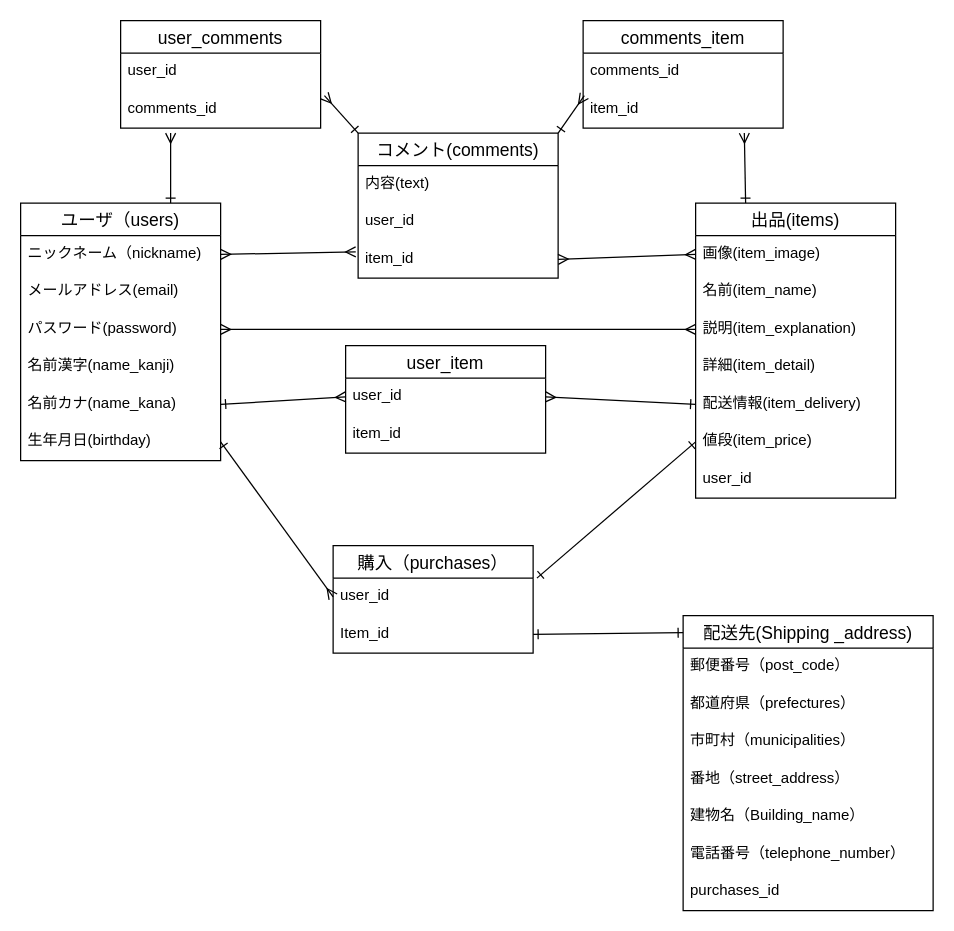
The draw.io diagram ER.dio in masaki-yosida/furima-40042, before the edit. Source tidied: cells renumbered, new cells numbered last; positions are measured from the earlier drawing's top-left corner, leaving out a move shared by most shapes. Both pictures are drawn from the tidied source at 125%, with x=0, y=0 at pixel (20, 20).
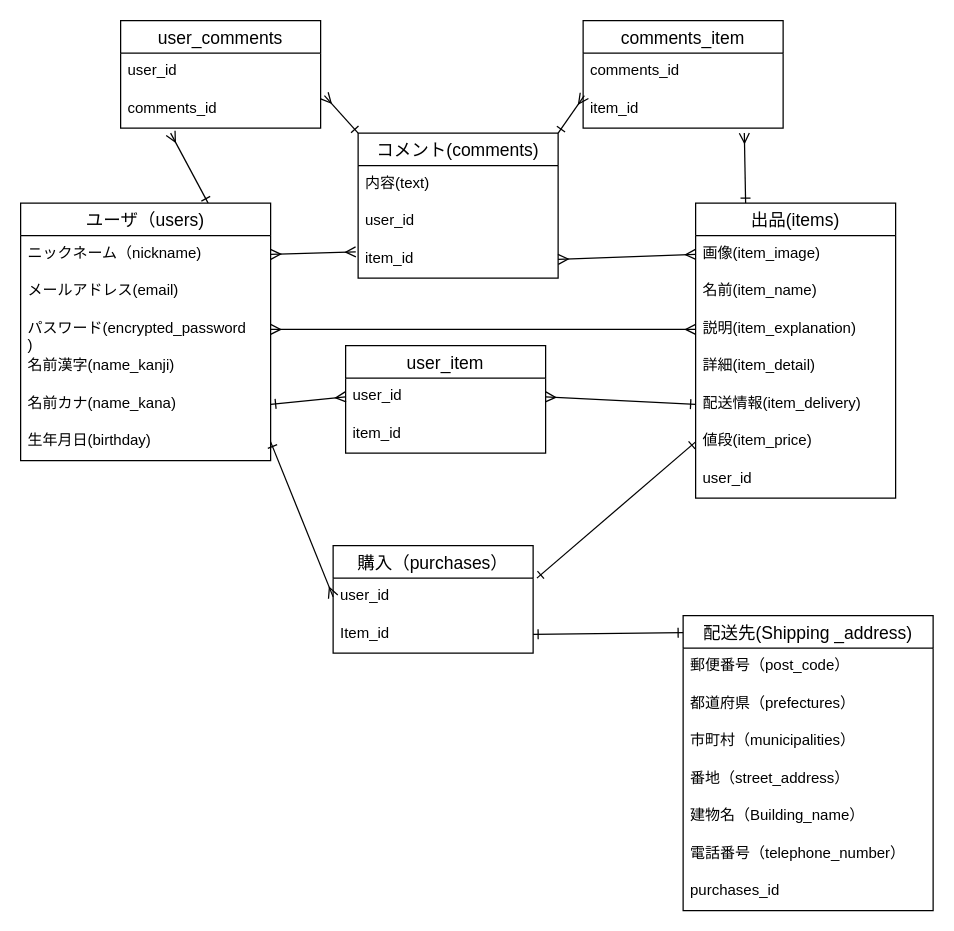
The same page after the edit.

Commit message (it also covers changes not shown here):
passwordをencrypted_passwordに変更

Change to the diagram source:
```diff
@@
     <mxCell id="3" value="ユーザ（users)" style="swimlane;fontStyle=0;horizontal=1;startSize=26;align=center;fontSize=14;" parent="1" vertex="1">
-      <mxGeometry y="146" width="160" height="206" as="geometry" />
+      <mxGeometry y="146" width="200" height="206" as="geometry" />
     </mxCell>
     <mxCell id="4" value="ニックネーム（nickname)" style="text;strokeColor=none;fillColor=none;spacingLeft=4;spacingRight=4;overflow=hidden;points=[[0,0.5],[1,0.5]];portConstraint=eastwest;fontSize=12;" parent="3" vertex="1">
-      <mxGeometry y="26" width="160" height="30" as="geometry" />
+      <mxGeometry y="26" width="200" height="30" as="geometry" />
     </mxCell>
     <mxCell id="5" value="メールアドレス(email)" style="text;strokeColor=none;fillColor=none;spacingLeft=4;spacingRight=4;overflow=hidden;fontSize=12;" parent="3" vertex="1">
-      <mxGeometry y="56" width="160" height="30" as="geometry" />
+      <mxGeometry y="56" width="200" height="30" as="geometry" />
     </mxCell>
-    <mxCell id="6" value="パスワード(password)" style="text;strokeColor=none;fillColor=none;spacingLeft=4;spacingRight=4;overflow=hidden;points=[[0,0.5],[1,0.5]];portConstraint=eastwest;fontSize=12;" parent="3" vertex="1">
-      <mxGeometry y="86" width="160" height="30" as="geometry" />
+    <mxCell id="6" value="パスワード(encrypted_password&#10;)" style="text;strokeColor=none;fillColor=none;spacingLeft=4;spacingRight=4;overflow=hidden;points=[[0,0.5],[1,0.5]];portConstraint=eastwest;fontSize=12;" parent="3" vertex="1">
+      <mxGeometry y="86" width="200" height="30" as="geometry" />
     </mxCell>
     <mxCell id="7" value="名前漢字(name_kanji)" style="text;strokeColor=none;fillColor=none;spacingLeft=4;spacingRight=4;overflow=hidden;fontSize=12;" parent="3" vertex="1">
-      <mxGeometry y="116" width="160" height="30" as="geometry" />
+      <mxGeometry y="116" width="200" height="30" as="geometry" />
     </mxCell>
     <mxCell id="8" value="名前カナ(name_kana)" style="text;strokeColor=none;fillColor=none;spacingLeft=4;spacingRight=4;overflow=hidden;points=[[0,0.5],[1,0.5]];portConstraint=eastwest;fontSize=12;" parent="3" vertex="1">
-      <mxGeometry y="146" width="160" height="30" as="geometry" />
+      <mxGeometry y="146" width="200" height="30" as="geometry" />
     </mxCell>
     <mxCell id="9" value="生年月日(birthday)" style="text;strokeColor=none;fillColor=none;spacingLeft=4;spacingRight=4;overflow=hidden;points=[[0,0.5],[1,0.5]];portConstraint=eastwest;fontSize=12;" parent="3" vertex="1">
-      <mxGeometry y="176" width="160" height="30" as="geometry" />
+      <mxGeometry y="176" width="200" height="30" as="geometry" />
     </mxCell>
```
